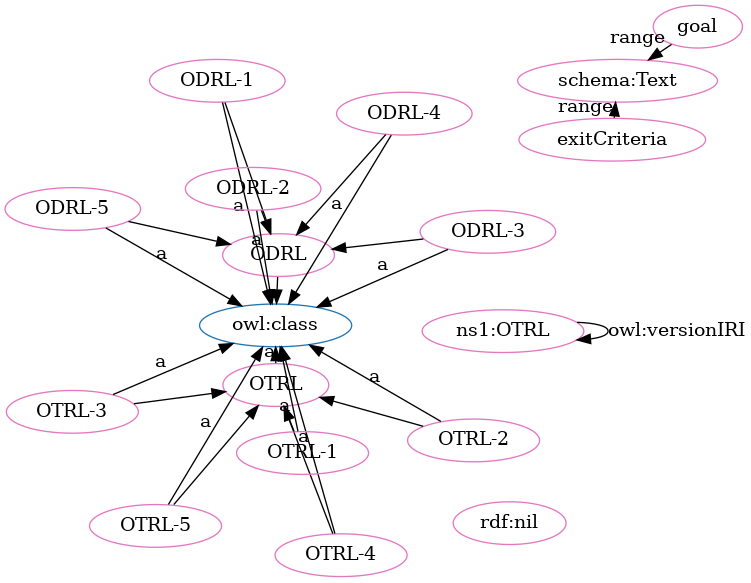
Before: OTRL-clean.png, a diagram exported from Graphviz (OPEN-NEXT/OKH-LOSH). Its source is kept beside it as OTRL-clean.dot.
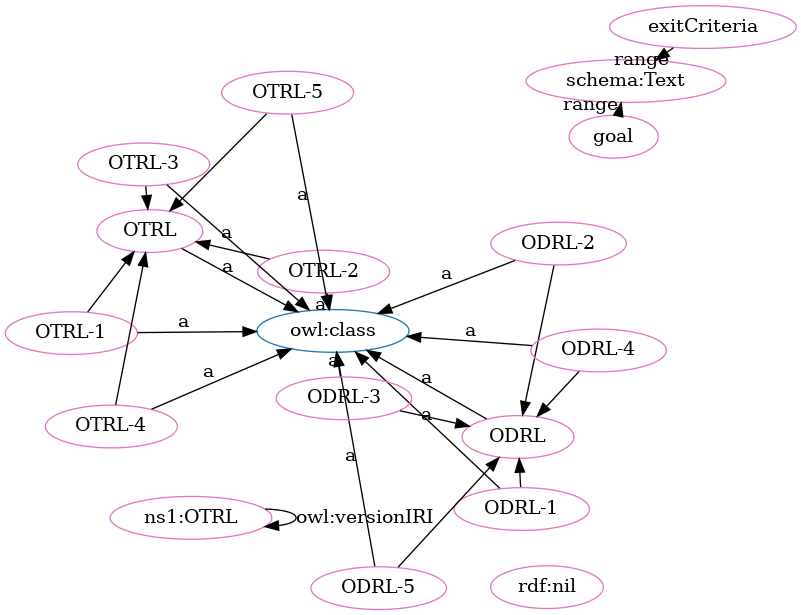
The same diagram one commit later.

Diff of the diagram source:
```diff
@@ -1,49 +1,49 @@
 digraph G {
   rankdir=BT
   node[height=.3]
+"http://purl.org/oseg/ontologies/OTRL#ODRL" [fillcolor="#1f77b4" color="#1f77b4" label="ODRL"]
 "http://www.w3.org/2002/07/owl#class" [fillcolor="#1f77b4" color="#1f77b4" label="owl:class"]
-"http://purl.org/oseg/ontologies/OTRL#ODRL" [fillcolor="#1f77b4" color="#1f77b4" label="ODRL"]
 "http://purl.org/oseg/ontologies/OTRL#OTRL" [fillcolor="#1f77b4" color="#1f77b4" label="OTRL"]
 "http://schema.org/Text" [fillcolor="#e377c2" color="#e377c2" label="schema:Text"]
+"http://purl.org/oseg/ontologies/OTRL#OTRL-2" [fillcolor="#e377c2" color="#e377c2" label="OTRL-2"]
+"http://purl.org/oseg/ontologies/OTRL#exitCriteria" [fillcolor="#e377c2" color="#e377c2" label="exitCriteria"]
 "http://purl.org/oseg/ontologies/OTRL#OTRL" [fillcolor="#e377c2" color="#e377c2" label="OTRL"]
 "http://purl.org/oseg/ontologies/OTRL#ODRL" [fillcolor="#e377c2" color="#e377c2" label="ODRL"]
+"http://purl.org/oseg/ontologies/OTRL#ODRL-2" [fillcolor="#e377c2" color="#e377c2" label="ODRL-2"]
+"http://purl.org/oseg/ontologies/OTRL" [fillcolor="#e377c2" color="#e377c2" label="ns1:OTRL"]
+"http://www.w3.org/1999/02/22-rdf-syntax-ns#nil" [fillcolor="#e377c2" color="#e377c2" label="rdf:nil"]
+"http://purl.org/oseg/ontologies/OTRL#OTRL-3" [fillcolor="#e377c2" color="#e377c2" label="OTRL-3"]
+"http://purl.org/oseg/ontologies/OTRL#OTRL-1" [fillcolor="#e377c2" color="#e377c2" label="OTRL-1"]
+"http://purl.org/oseg/ontologies/OTRL#ODRL-1" [fillcolor="#e377c2" color="#e377c2" label="ODRL-1"]
+"http://purl.org/oseg/ontologies/OTRL#ODRL-5" [fillcolor="#e377c2" color="#e377c2" label="ODRL-5"]
+"http://purl.org/oseg/ontologies/OTRL#ODRL-3" [fillcolor="#e377c2" color="#e377c2" label="ODRL-3"]
 "http://purl.org/oseg/ontologies/OTRL#goal" [fillcolor="#e377c2" color="#e377c2" label="goal"]
-"http://purl.org/oseg/ontologies/OTRL#ODRL-1" [fillcolor="#e377c2" color="#e377c2" label="ODRL-1"]
-"http://purl.org/oseg/ontologies/OTRL" [fillcolor="#e377c2" color="#e377c2" label="ns1:OTRL"]
-"http://purl.org/oseg/ontologies/OTRL#OTRL-2" [fillcolor="#e377c2" color="#e377c2" label="OTRL-2"]
-"http://purl.org/oseg/ontologies/OTRL#ODRL-2" [fillcolor="#e377c2" color="#e377c2" label="ODRL-2"]
+"http://purl.org/oseg/ontologies/OTRL#ODRL-4" [fillcolor="#e377c2" color="#e377c2" label="ODRL-4"]
+"http://purl.org/oseg/ontologies/OTRL#OTRL-4" [fillcolor="#e377c2" color="#e377c2" label="OTRL-4"]
 "http://purl.org/oseg/ontologies/OTRL#OTRL-5" [fillcolor="#e377c2" color="#e377c2" label="OTRL-5"]
-"http://www.w3.org/1999/02/22-rdf-syntax-ns#nil" [fillcolor="#e377c2" color="#e377c2" label="rdf:nil"]
-"http://purl.org/oseg/ontologies/OTRL#OTRL-4" [fillcolor="#e377c2" color="#e377c2" label="OTRL-4"]
-"http://purl.org/oseg/ontologies/OTRL#ODRL-5" [fillcolor="#e377c2" color="#e377c2" label="ODRL-5"]
-"http://purl.org/oseg/ontologies/OTRL#OTRL-1" [fillcolor="#e377c2" color="#e377c2" label="OTRL-1"]
-"http://purl.org/oseg/ontologies/OTRL#ODRL-3" [fillcolor="#e377c2" color="#e377c2" label="ODRL-3"]
-"http://purl.org/oseg/ontologies/OTRL#OTRL-3" [fillcolor="#e377c2" color="#e377c2" label="OTRL-3"]
-"http://purl.org/oseg/ontologies/OTRL#ODRL-4" [fillcolor="#e377c2" color="#e377c2" label="ODRL-4"]
-"http://purl.org/oseg/ontologies/OTRL#exitCriteria" [fillcolor="#e377c2" color="#e377c2" label="exitCriteria"]
+  "http://purl.org/oseg/ontologies/OTRL#OTRL-2" -> "http://www.w3.org/2002/07/owl#class" [label="a"]
+  "http://purl.org/oseg/ontologies/OTRL#ODRL" -> "http://www.w3.org/2002/07/owl#class" [label="a"]
+  "http://purl.org/oseg/ontologies/OTRL#ODRL-2" -> "http://www.w3.org/2002/07/owl#class" [label="a"]
+  "http://purl.org/oseg/ontologies/OTRL#ODRL-1" -> "http://www.w3.org/2002/07/owl#class" [label="a"]
+  "http://purl.org/oseg/ontologies/OTRL#ODRL-4" -> "http://purl.org/oseg/ontologies/OTRL#ODRL" [label=""]
   "http://purl.org/oseg/ontologies/OTRL#OTRL" -> "http://www.w3.org/2002/07/owl#class" [label="a"]
+  "http://purl.org/oseg/ontologies/OTRL#ODRL-5" -> "http://www.w3.org/2002/07/owl#class" [label="a"]
+  "http://purl.org/oseg/ontologies/OTRL#OTRL-3" -> "http://purl.org/oseg/ontologies/OTRL#OTRL" [label=""]
+  "http://purl.org/oseg/ontologies/OTRL#ODRL-2" -> "http://purl.org/oseg/ontologies/OTRL#ODRL" [label=""]
+  "http://purl.org/oseg/ontologies/OTRL#OTRL-1" -> "http://purl.org/oseg/ontologies/OTRL#OTRL" [label=""]
+  "http://purl.org/oseg/ontologies/OTRL#exitCriteria" -> "http://schema.org/Text" [label="range"]
+  "http://purl.org/oseg/ontologies/OTRL" -> "http://purl.org/oseg/ontologies/OTRL" [label="owl:versionIRI"]
+  "http://purl.org/oseg/ontologies/OTRL#OTRL-3" -> "http://www.w3.org/2002/07/owl#class" [label="a"]
+  "http://purl.org/oseg/ontologies/OTRL#OTRL-1" -> "http://www.w3.org/2002/07/owl#class" [label="a"]
+  "http://purl.org/oseg/ontologies/OTRL#ODRL-5" -> "http://purl.org/oseg/ontologies/OTRL#ODRL" [label=""]
+  "http://purl.org/oseg/ontologies/OTRL#OTRL-5" -> "http://purl.org/oseg/ontologies/OTRL#OTRL" [label=""]
+  "http://purl.org/oseg/ontologies/OTRL#OTRL-5" -> "http://www.w3.org/2002/07/owl#class" [label="a"]
+  "http://purl.org/oseg/ontologies/OTRL#OTRL-4" -> "http://purl.org/oseg/ontologies/OTRL#OTRL" [label=""]
+  "http://purl.org/oseg/ontologies/OTRL#OTRL-2" -> "http://purl.org/oseg/ontologies/OTRL#OTRL" [label=""]
   "http://purl.org/oseg/ontologies/OTRL#ODRL-1" -> "http://purl.org/oseg/ontologies/OTRL#ODRL" [label=""]
-  "http://purl.org/oseg/ontologies/OTRL#ODRL-1" -> "http://www.w3.org/2002/07/owl#class" [label="a"]
-  "http://purl.org/oseg/ontologies/OTRL#ODRL-2" -> "http://www.w3.org/2002/07/owl#class" [label="a"]
-  "http://purl.org/oseg/ontologies/OTRL#OTRL-5" -> "http://www.w3.org/2002/07/owl#class" [label="a"]
+  "http://purl.org/oseg/ontologies/OTRL#ODRL-3" -> "http://www.w3.org/2002/07/owl#class" [label="a"]
+  "http://purl.org/oseg/ontologies/OTRL#goal" -> "http://schema.org/Text" [label="range"]
+  "http://purl.org/oseg/ontologies/OTRL#ODRL-4" -> "http://www.w3.org/2002/07/owl#class" [label="a"]
   "http://purl.org/oseg/ontologies/OTRL#OTRL-4" -> "http://www.w3.org/2002/07/owl#class" [label="a"]
   "http://purl.org/oseg/ontologies/OTRL#ODRL-3" -> "http://purl.org/oseg/ontologies/OTRL#ODRL" [label=""]
-  "http://purl.org/oseg/ontologies/OTRL#OTRL-1" -> "http://www.w3.org/2002/07/owl#class" [label="a"]
-  "http://purl.org/oseg/ontologies/OTRL#ODRL-3" -> "http://www.w3.org/2002/07/owl#class" [label="a"]
-  "http://purl.org/oseg/ontologies/OTRL#goal" -> "http://schema.org/Text" [label="range"]
-  "http://purl.org/oseg/ontologies/OTRL#OTRL-3" -> "http://www.w3.org/2002/07/owl#class" [label="a"]
-  "http://purl.org/oseg/ontologies/OTRL#ODRL-2" -> "http://purl.org/oseg/ontologies/OTRL#ODRL" [label=""]
-  "http://purl.org/oseg/ontologies/OTRL#ODRL-4" -> "http://purl.org/oseg/ontologies/OTRL#ODRL" [label=""]
-  "http://purl.org/oseg/ontologies/OTRL#ODRL-4" -> "http://www.w3.org/2002/07/owl#class" [label="a"]
-  "http://purl.org/oseg/ontologies/OTRL#OTRL-5" -> "http://purl.org/oseg/ontologies/OTRL#OTRL" [label=""]
-  "http://purl.org/oseg/ontologies/OTRL#exitCriteria" -> "http://schema.org/Text" [label="range"]
-  "http://purl.org/oseg/ontologies/OTRL#OTRL-4" -> "http://purl.org/oseg/ontologies/OTRL#OTRL" [label=""]
-  "http://purl.org/oseg/ontologies/OTRL#ODRL-5" -> "http://purl.org/oseg/ontologies/OTRL#ODRL" [label=""]
-  "http://purl.org/oseg/ontologies/OTRL#OTRL-2" -> "http://www.w3.org/2002/07/owl#class" [label="a"]
-  "http://purl.org/oseg/ontologies/OTRL#ODRL" -> "http://www.w3.org/2002/07/owl#class" [label="a"]
-  "http://purl.org/oseg/ontologies/OTRL#OTRL-1" -> "http://purl.org/oseg/ontologies/OTRL#OTRL" [label=""]
-  "http://purl.org/oseg/ontologies/OTRL#OTRL-2" -> "http://purl.org/oseg/ontologies/OTRL#OTRL" [label=""]
-  "http://purl.org/oseg/ontologies/OTRL#OTRL-3" -> "http://purl.org/oseg/ontologies/OTRL#OTRL" [label=""]
-  "http://purl.org/oseg/ontologies/OTRL" -> "http://purl.org/oseg/ontologies/OTRL" [label="owl:versionIRI"]
-  "http://purl.org/oseg/ontologies/OTRL#ODRL-5" -> "http://www.w3.org/2002/07/owl#class" [label="a"]
 }
```
